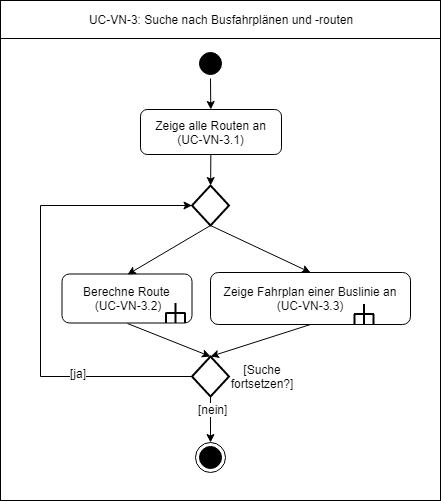
mif-sge/verkehr keeps this draw.io diagram as Documentation/Activity Diagrams/Activity-Diagram_UC-VN-3.png. Above is the earlier version. Source tidied: cells renumbered, new cells last; positions are measured from the earlier drawing's top-left corner, leaving out a move shared by most shapes.
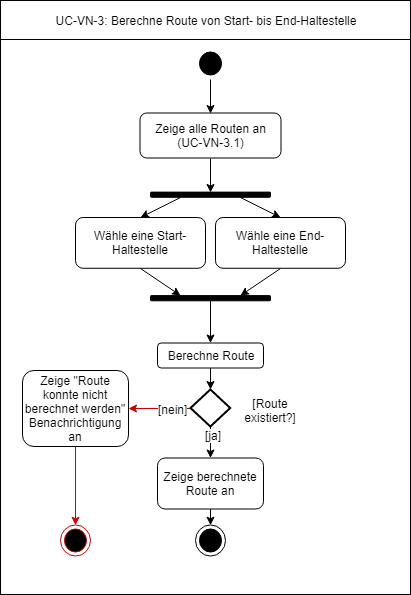
After the commit.

The edit, as a diff of the source:
```diff
@@ -3,180 +3,94 @@
     <mxCell id="0" />
     <mxCell id="1" parent="0" />
     <mxCell id="2" style="group;" parent="1" vertex="1">
-      <mxGeometry width="440" height="500" as="geometry" />
+      <mxGeometry width="410" height="594" as="geometry" />
     </mxCell>
-    <mxCell id="3" style="group;" parent="2" vertex="1">
-      <mxGeometry width="440" height="500" as="geometry" />
+    <mxCell id="3" style="rounded=0;whiteSpace=wrap;html=1;" parent="2" vertex="1">
+      <mxGeometry y="4" width="410" height="590" as="geometry" />
     </mxCell>
-    <mxCell id="4" style="rounded=0;whiteSpace=wrap;html=1;" parent="3" vertex="1">
-      <mxGeometry width="440" height="500" as="geometry" />
+    <mxCell id="4" value="UC-VN-3: Berechne Route von Start- bis End-Haltestelle&lt;br&gt;" style="rounded=0;whiteSpace=wrap;html=1;" parent="2" vertex="1">
+      <mxGeometry width="410" height="39" as="geometry" />
     </mxCell>
-    <mxCell id="5" value="&lt;span lang=&quot;en&quot;&gt;UC-VN-3: Suche nach Busfahrplänen und -routen&lt;/span&gt;&lt;br&gt;" style="rounded=0;whiteSpace=wrap;html=1;" parent="3" vertex="1">
-      <mxGeometry width="440" height="38" as="geometry" />
+    <mxCell id="5" style="ellipse;html=1;shape=startState;fillColor=#000000;strokeColor=#000000;" parent="2" vertex="1">
+      <mxGeometry x="195" y="47.7" width="30" height="31.1" as="geometry" />
     </mxCell>
-    <mxCell id="6" style="ellipse;html=1;shape=startState;fillColor=#000000;strokeColor=#000000;" parent="3" vertex="1">
-      <mxGeometry x="195" y="47.5" width="30" height="30" as="geometry" />
+    <mxCell id="6" style="edgeStyle=none;rounded=0;jettySize=auto;html=1;strokeColor=#000000;entryX=0.5;entryY=0;entryDx=0;entryDy=0;exitX=0.5;exitY=1;exitDx=0;exitDy=0;" parent="2" edge="1" source="5" target="29">
+      <mxGeometry relative="1" as="geometry" />
     </mxCell>
-    <mxCell id="7" value="Zeige alle Routen an&lt;br&gt;(UC-VN-3.1)" style="rounded=1;whiteSpace=wrap;html=1;" parent="3" vertex="1">
-      <mxGeometry x="140" y="109" width="141" height="45" as="geometry" />
+    <mxCell id="7" style="ellipse;html=1;shape=endState;fillColor=#000000;strokeColor=#000000;rounded=1;" parent="2" vertex="1">
+      <mxGeometry x="195" y="524.7" width="30" height="31.1" as="geometry" />
     </mxCell>
-    <mxCell id="8" style="edgeStyle=none;rounded=0;jettySize=auto;html=1;strokeColor=#000000;exitX=0.5;exitY=1;exitDx=0;exitDy=0;" parent="3" edge="1" source="6" target="7">
-      <mxGeometry relative="1" as="geometry" />
+    <mxCell id="8" style="rounded=1;whiteSpace=wrap;html=1;fillColor=#000000;" parent="2" vertex="1">
+      <mxGeometry x="150" y="191.6" width="120" height="5.2" as="geometry" />
     </mxCell>
-    <mxCell id="9" value="Berechne Route &lt;br&gt;(UC-VN-3.2)" style="rounded=1;whiteSpace=wrap;html=1;" parent="3" vertex="1">
-      <mxGeometry x="61.5" y="273.5" width="130" height="49" as="geometry" />
+    <mxCell id="9" value="Wähle eine Start-Haltestelle" style="rounded=1;whiteSpace=wrap;html=1;" parent="2" vertex="1">
+      <mxGeometry x="75" y="217" width="130" height="50.8" as="geometry" />
     </mxCell>
-    <mxCell id="10" style="edgeStyle=orthogonalEdgeStyle;rounded=0;jettySize=auto;html=1;exitX=1;exitY=0.5;exitDx=0;exitDy=0;entryX=0.886;entryY=0.596;entryDx=0;entryDy=0;entryPerimeter=0;" parent="3" edge="1" source="11" target="4">
+    <mxCell id="10" style="edgeStyle=none;rounded=1;jettySize=auto;html=1;fontSize=12;fillColor=#ffffff;exitX=0.25;exitY=1;exitDx=0;exitDy=0;entryX=0.5;entryY=0;entryDx=0;entryDy=0;" parent="2" edge="1" source="8" target="9">
       <mxGeometry relative="1" as="geometry" />
     </mxCell>
-    <mxCell id="11" value="Zeige Fahrplan einer Buslinie an (UC-VN-3.3)" style="rounded=1;whiteSpace=wrap;html=1;" parent="3" vertex="1">
-      <mxGeometry x="210" y="272" width="200" height="52" as="geometry" />
+    <mxCell id="11" value="Wähle eine End-Haltestelle" style="rounded=1;whiteSpace=wrap;html=1;" parent="2" vertex="1">
+      <mxGeometry x="215" y="217" width="130" height="50.8" as="geometry" />
     </mxCell>
-    <mxCell id="12" style="ellipse;html=1;shape=endState;fillColor=#000000;strokeColor=#000000;rounded=1;" parent="3" vertex="1">
-      <mxGeometry x="195" y="442" width="30" height="30" as="geometry" />
+    <mxCell id="12" style="edgeStyle=none;rounded=1;jettySize=auto;html=1;fontSize=12;fillColor=#ffffff;entryX=0.5;entryY=0;entryDx=0;entryDy=0;exitX=0.75;exitY=1;exitDx=0;exitDy=0;" parent="2" edge="1" source="8" target="11">
+      <mxGeometry relative="1" as="geometry" />
     </mxCell>
-    <mxCell id="13" style="edgeStyle=none;rounded=0;jettySize=auto;html=1;exitX=0.5;exitY=0;exitDx=0;exitDy=0;exitPerimeter=0;entryX=0.5;entryY=0;entryDx=0;entryDy=0;" parent="3" edge="1" source="15" target="9">
+    <mxCell id="13" style="edgeStyle=none;rounded=1;jettySize=auto;html=1;fontSize=12;fillColor=#ffffff;entryX=0.25;entryY=0;entryDx=0;entryDy=0;exitX=0.5;exitY=1;exitDx=0;exitDy=0;" parent="2" edge="1" source="9" target="28">
       <mxGeometry relative="1" as="geometry" />
     </mxCell>
-    <mxCell id="14" style="edgeStyle=none;rounded=0;jettySize=auto;html=1;exitX=0.5;exitY=0;exitDx=0;exitDy=0;exitPerimeter=0;entryX=0.5;entryY=0;entryDx=0;entryDy=0;" parent="3" edge="1" source="15" target="11">
+    <mxCell id="14" style="edgeStyle=none;rounded=1;jettySize=auto;html=1;fontSize=12;fillColor=#ffffff;entryX=0.75;entryY=0;entryDx=0;entryDy=0;exitX=0.5;exitY=1;exitDx=0;exitDy=0;" parent="2" edge="1" source="11" target="28">
       <mxGeometry relative="1" as="geometry" />
     </mxCell>
-    <mxCell id="15" style="strokeWidth=2;html=1;shape=mxgraph.flowchart.decision;whiteSpace=wrap;fillColor=none;direction=west;" parent="3" vertex="1">
-      <mxGeometry x="191.5" y="185" width="37" height="40" as="geometry" />
+    <mxCell id="15" style="edgeStyle=none;rounded=1;jettySize=auto;html=1;fontSize=12;fillColor=#ffffff;entryX=0;entryY=0.5;entryDx=0;entryDy=0;entryPerimeter=0;" parent="2" edge="1" source="16" target="31">
+      <mxGeometry relative="1" as="geometry" />
     </mxCell>
-    <mxCell id="16" style="edgeStyle=none;rounded=0;jettySize=auto;html=1;strokeColor=#000000;" parent="3" edge="1" source="7" target="15">
-      <mxGeometry relative="1" as="geometry" />
+    <mxCell id="16" value="Berechne Route" style="rounded=1;whiteSpace=wrap;html=1;" parent="2" vertex="1">
+      <mxGeometry x="157" y="342.5" width="106" height="25" as="geometry" />
     </mxCell>
-    <mxCell id="17" style="edgeStyle=none;rounded=0;jettySize=auto;html=1;" parent="3" edge="1" source="21" target="12">
-      <mxGeometry relative="1" as="geometry" />
+    <mxCell id="17" value="[Route existiert?]&lt;br&gt;" style="rounded=0;whiteSpace=wrap;html=1;strokeColor=none;" parent="2" vertex="1">
+      <mxGeometry x="228" y="390" width="84" height="40" as="geometry" />
     </mxCell>
-    <mxCell id="18" value="[nein]" style="text;html=1;align=center;verticalAlign=middle;labelBackgroundColor=#ffffff;" parent="17" vertex="1">
-      <mxGeometry x="-0.48" y="2" relative="1" as="geometry" />
+    <mxCell id="18" style="edgeStyle=none;rounded=1;jettySize=auto;html=1;fontSize=12;fillColor=#ffffff;" parent="2" edge="1" source="19" target="7">
+      <mxGeometry relative="1" as="geometry" />
     </mxCell>
-    <mxCell id="19" style="edgeStyle=none;rounded=0;jettySize=auto;html=1;" parent="3" edge="1" source="21" target="15">
-      <mxGeometry relative="1" as="geometry">
-        <Array as="points">
-          <mxPoint x="40" y="376" />
-          <mxPoint x="40" y="205" />
-        </Array>
-      </mxGeometry>
+    <mxCell id="19" value="Zeige berechnete Route an" style="rounded=1;whiteSpace=wrap;html=1;" parent="2" vertex="1">
+      <mxGeometry x="157" y="457.5" width="106" height="51" as="geometry" />
     </mxCell>
-    <mxCell id="20" value="[ja]" style="text;html=1;align=center;verticalAlign=middle;labelBackgroundColor=#ffffff;" parent="19" vertex="1">
-      <mxGeometry x="-0.52" y="-4" relative="1" as="geometry" />
+    <mxCell id="20" style="edgeStyle=none;rounded=0;jettySize=auto;html=1;exitX=1;exitY=0.5;exitDx=0;exitDy=0;exitPerimeter=0;" parent="2" edge="1" source="31" target="19">
+      <mxGeometry relative="1" as="geometry" />
     </mxCell>
-    <mxCell id="21" style="strokeWidth=2;html=1;shape=mxgraph.flowchart.decision;whiteSpace=wrap;fillColor=none;direction=west;" parent="3" vertex="1">
-      <mxGeometry x="191.5" y="356" width="37" height="40" as="geometry" />
+    <mxCell id="21" value="[ja]" style="text;html=1;points=[];align=center;verticalAlign=middle;labelBackgroundColor=#ffffff;" parent="20" vertex="1">
+      <mxGeometry x="-0.48" y="2" relative="1" as="geometry" />
     </mxCell>
-    <mxCell id="22" style="edgeStyle=none;rounded=0;jettySize=auto;html=1;entryX=0.5;entryY=1;entryDx=0;entryDy=0;entryPerimeter=0;exitX=0.5;exitY=1;exitDx=0;exitDy=0;" parent="3" edge="1" source="9" target="21">
-      <mxGeometry relative="1" as="geometry" />
+    <mxCell id="22" value="Zeige &quot;Route konnte nicht berechnet werden&quot; Benachrichtigung an" style="rounded=1;whiteSpace=wrap;html=1;" parent="2" vertex="1">
+      <mxGeometry x="22" y="370" width="106" height="76" as="geometry" />
     </mxCell>
-    <mxCell id="23" style="edgeStyle=none;rounded=0;jettySize=auto;html=1;exitX=0.5;exitY=1;exitDx=0;exitDy=0;entryX=0.5;entryY=1;entryDx=0;entryDy=0;entryPerimeter=0;" parent="3" edge="1" source="11" target="21">
+    <mxCell id="23" style="edgeStyle=none;rounded=1;jettySize=auto;html=1;strokeColor=#CC0000;fontSize=12;fillColor=#ffffff;exitX=0.5;exitY=1;exitDx=0;exitDy=0;exitPerimeter=0;" parent="2" edge="1" source="31" target="22">
       <mxGeometry relative="1" as="geometry" />
     </mxCell>
-    <mxCell id="24" value="[Suche fortsetzen?]&lt;br&gt;" style="rounded=0;whiteSpace=wrap;html=1;strokeColor=none;" parent="3" vertex="1">
-      <mxGeometry x="230.5" y="366" width="62" height="20" as="geometry" />
+    <mxCell id="24" value="[nein]" style="text;html=1;align=center;verticalAlign=middle;labelBackgroundColor=#ffffff;" parent="23" vertex="1">
+      <mxGeometry x="-0.42" relative="1" as="geometry" />
     </mxCell>
-    <mxCell id="25" style="group;" parent="3" vertex="1">
-      <mxGeometry x="165" y="302.5" width="10" height="19" as="geometry" />
+    <mxCell id="25" style="ellipse;html=1;shape=endState;fillColor=#000000;strokeColor=#CC0000;rounded=1;" parent="2" vertex="1">
+      <mxGeometry x="60" y="524.7" width="30" height="31.1" as="geometry" />
     </mxCell>
-    <mxCell id="26" style="whiteSpace=wrap;html=1;strokeColor=none;" parent="25" vertex="1">
-      <mxGeometry width="13.3" height="13.3" as="geometry" />
+    <mxCell id="26" style="edgeStyle=none;rounded=1;jettySize=auto;html=1;strokeColor=#CC0000;fontSize=12;fillColor=#ffffff;" parent="2" edge="1" source="22" target="25">
+      <mxGeometry relative="1" as="geometry" />
     </mxCell>
-    <mxCell id="27" style="group;" parent="25" vertex="1">
-      <mxGeometry y="5" width="20" height="10" as="geometry" />
+    <mxCell id="27" style="rounded=0;jettySize=auto;html=1;" parent="2" edge="1" source="28" target="16">
+      <mxGeometry relative="1" as="geometry" />
     </mxCell>
-    <mxCell id="28" style="endArrow=none;html=1;strokeWidth=2;" parent="27" edge="1">
-      <mxGeometry relative="1" as="geometry">
-        <mxPoint y="5" as="sourcePoint" />
-        <mxPoint x="20" y="5" as="targetPoint" />
-      </mxGeometry>
+    <mxCell id="28" style="rounded=1;whiteSpace=wrap;html=1;fillColor=#000000;" parent="2" vertex="1">
+      <mxGeometry x="150" y="295.1" width="120" height="5.2" as="geometry" />
     </mxCell>
-    <mxCell id="29" style="endArrow=none;html=1;strokeWidth=2;" parent="27" edge="1">
-      <mxGeometry relative="1" as="geometry">
-        <mxPoint x="10" y="5" as="sourcePoint" />
-        <mxPoint x="10" y="-5" as="targetPoint" />
-        <Array as="points">
-          <mxPoint x="10" />
-        </Array>
-      </mxGeometry>
+    <mxCell id="29" value="Zeige alle Routen an&lt;br&gt;(UC-VN-3.1)" style="rounded=1;whiteSpace=wrap;html=1;" parent="2" vertex="1">
+      <mxGeometry x="139.5" y="112.5" width="141" height="45" as="geometry" />
     </mxCell>
-    <mxCell id="30" style="endArrow=none;html=1;strokeWidth=2;" parent="27" edge="1">
-      <mxGeometry relative="1" as="geometry">
-        <mxPoint x="0.5" y="15" as="sourcePoint" />
-        <mxPoint x="0.5" y="5" as="targetPoint" />
-        <Array as="points">
-          <mxPoint x="0.5" y="10" />
-        </Array>
-      </mxGeometry>
+    <mxCell id="30" style="edgeStyle=none;rounded=0;jettySize=auto;html=1;strokeColor=#000000;exitX=0.5;exitY=1;exitDx=0;exitDy=0;entryX=0.5;entryY=0;entryDx=0;entryDy=0;" parent="2" edge="1" source="29" target="8">
+      <mxGeometry relative="1" as="geometry" />
     </mxCell>
-    <mxCell id="31" style="endArrow=none;html=1;strokeWidth=2;" parent="27" edge="1">
-      <mxGeometry relative="1" as="geometry">
-        <mxPoint x="10" y="15" as="sourcePoint" />
-        <mxPoint x="10" y="5" as="targetPoint" />
-        <Array as="points">
-          <mxPoint x="10" y="10" />
-        </Array>
-      </mxGeometry>
+    <mxCell id="31" style="strokeWidth=2;html=1;shape=mxgraph.flowchart.decision;whiteSpace=wrap;fillColor=none;direction=south;" parent="2" vertex="1">
+      <mxGeometry x="190" y="389" width="39.7" height="37" as="geometry" />
     </mxCell>
-    <mxCell id="32" style="endArrow=none;html=1;strokeWidth=2;" parent="27" edge="1">
-      <mxGeometry relative="1" as="geometry">
-        <mxPoint x="19.5" y="15" as="sourcePoint" />
-        <mxPoint x="19.5" y="5" as="targetPoint" />
-        <Array as="points">
-          <mxPoint x="19.5" y="10" />
-        </Array>
-      </mxGeometry>
-    </mxCell>
-    <mxCell id="33" style="group;" parent="3" vertex="1">
-      <mxGeometry x="353.5" y="303.5" width="20" height="20" as="geometry" />
-    </mxCell>
-    <mxCell id="34" style="whiteSpace=wrap;html=1;strokeColor=none;" parent="33" vertex="1">
-      <mxGeometry width="13.3" height="13.3" as="geometry" />
-    </mxCell>
-    <mxCell id="35" style="group;" parent="33" vertex="1">
-      <mxGeometry y="5" width="20" height="10" as="geometry" />
-    </mxCell>
-    <mxCell id="36" style="endArrow=none;html=1;strokeWidth=2;" parent="35" edge="1">
-      <mxGeometry relative="1" as="geometry">
-        <mxPoint y="5" as="sourcePoint" />
-        <mxPoint x="20" y="5" as="targetPoint" />
-      </mxGeometry>
-    </mxCell>
-    <mxCell id="37" style="endArrow=none;html=1;strokeWidth=2;" parent="35" edge="1">
-      <mxGeometry relative="1" as="geometry">
-        <mxPoint x="10" y="5" as="sourcePoint" />
-        <mxPoint x="10" y="-5" as="targetPoint" />
-        <Array as="points">
-          <mxPoint x="10" />
-        </Array>
-      </mxGeometry>
-    </mxCell>
-    <mxCell id="38" style="endArrow=none;html=1;strokeWidth=2;" parent="35" edge="1">
-      <mxGeometry relative="1" as="geometry">
-        <mxPoint x="0.5" y="15" as="sourcePoint" />
-        <mxPoint x="0.5" y="5" as="targetPoint" />
-        <Array as="points">
-          <mxPoint x="0.5" y="10" />
-        </Array>
-      </mxGeometry>
-    </mxCell>
-    <mxCell id="39" style="endArrow=none;html=1;strokeWidth=2;" parent="35" edge="1">
-      <mxGeometry relative="1" as="geometry">
-        <mxPoint x="10" y="15" as="sourcePoint" />
-        <mxPoint x="10" y="5" as="targetPoint" />
-        <Array as="points">
-          <mxPoint x="10" y="10" />
-        </Array>
-      </mxGeometry>
-    </mxCell>
-    <mxCell id="40" style="endArrow=none;html=1;strokeWidth=2;" parent="35" edge="1">
-      <mxGeometry relative="1" as="geometry">
-        <mxPoint x="19.5" y="15" as="sourcePoint" />
-        <mxPoint x="19.5" y="5" as="targetPoint" />
-        <Array as="points">
-          <mxPoint x="19.5" y="10" />
-        </Array>
-      </mxGeometry>
-    </mxCell>
   </root>
 </mxGraphModel>
```
